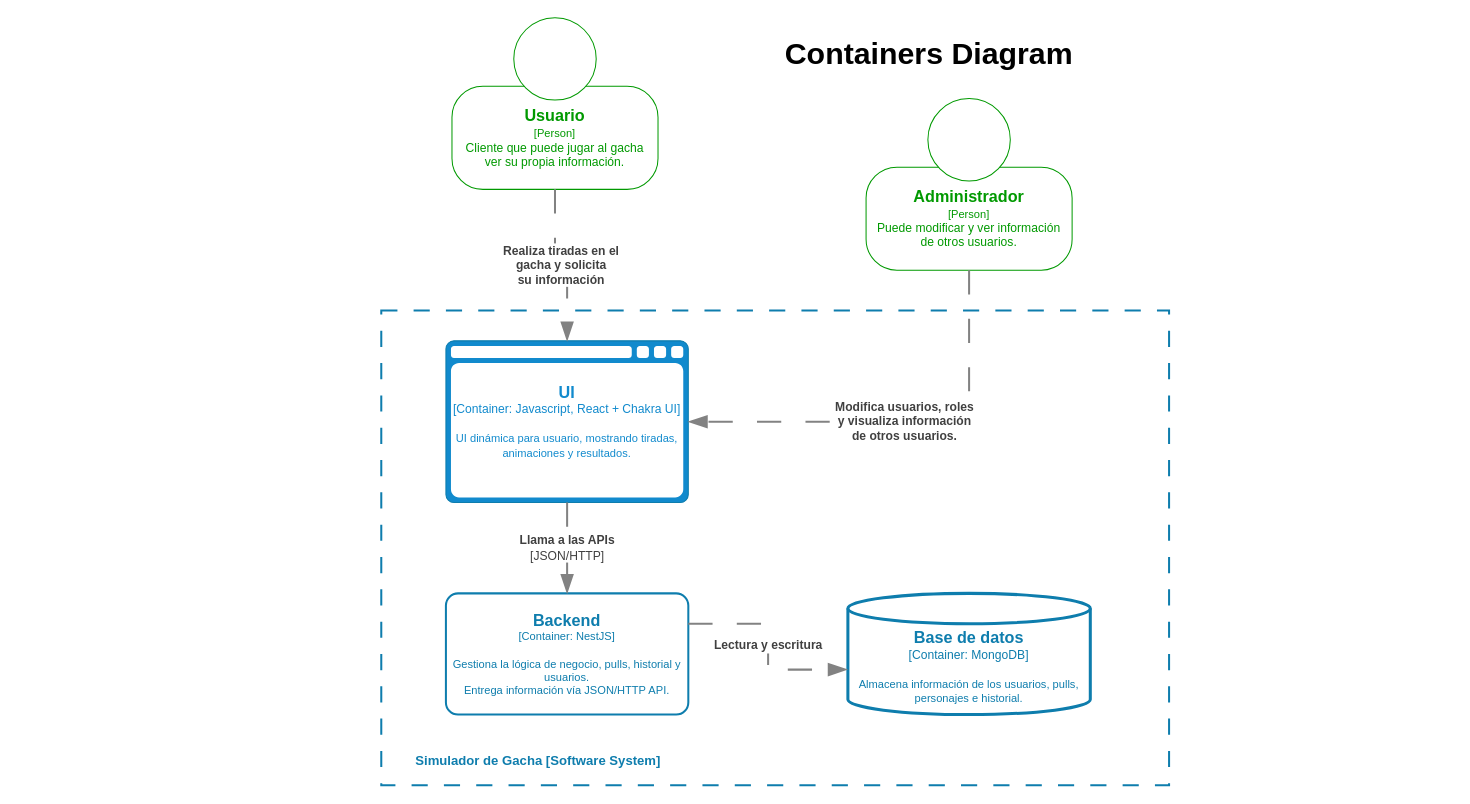
This is docs/C4 Containers.drawio from nicolasnna/gacha-simulator, a draw.io file, before an edit. Source tidied: cells renumbered, new cells numbered last; positions are measured from the earlier drawing's top-left corner, leaving out a move shared by most shapes. Both pictures are drawn from the tidied source at 101%, with x=0, y=0 at pixel (381, 17).
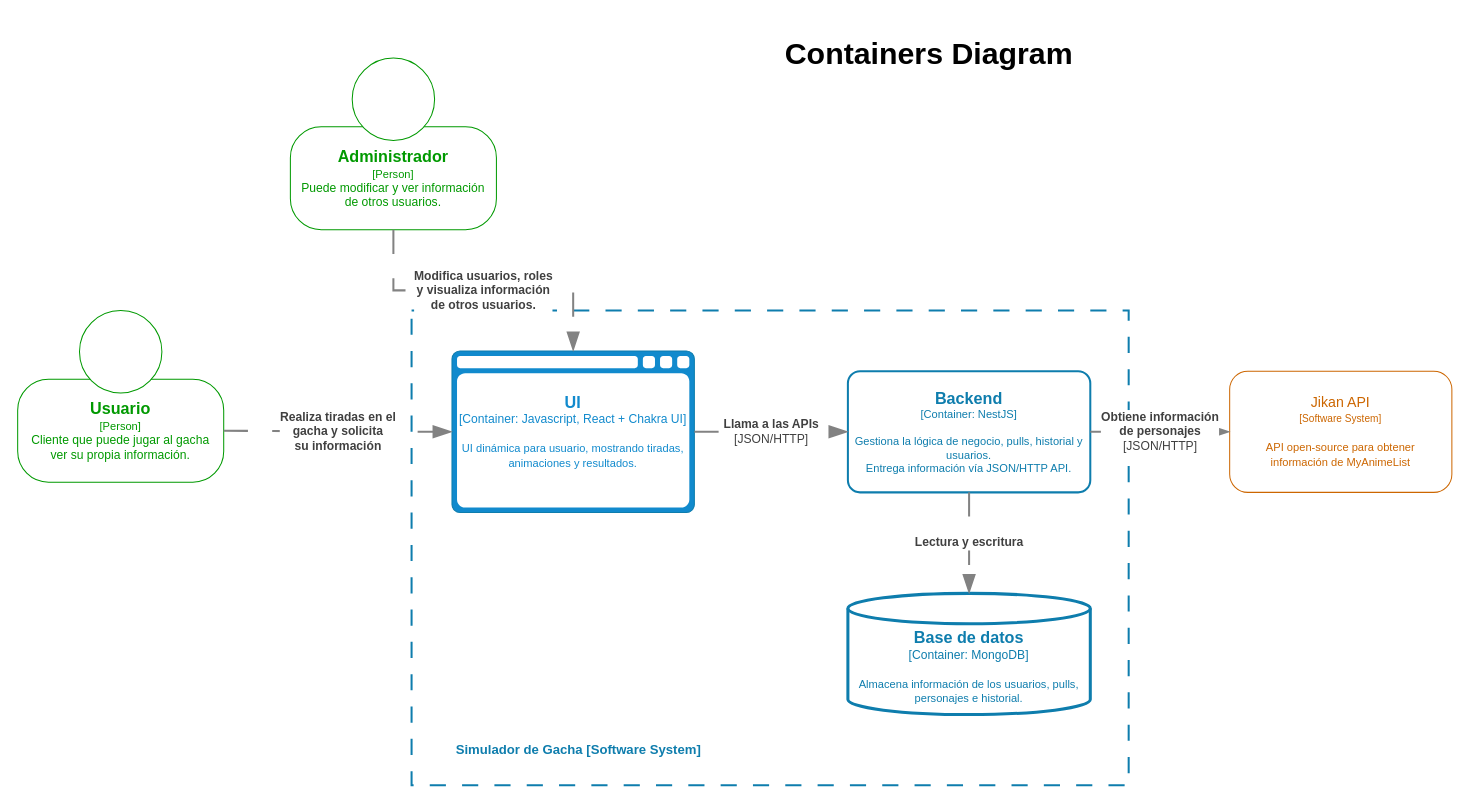
The same diagram, later.

Commit message (it also covers changes not shown here):
feat: :sparkles: Update docs. front: added toaster on api roles.

Unchanged cells that the change refers to:
```xml
<mxCell id="5" value="&lt;font style=&quot;&quot;&gt;&lt;font style=&quot;font-size: 16px;&quot;&gt;&lt;b style=&quot;&quot;&gt;Usuario&lt;/b&gt;&lt;/font&gt;&lt;br&gt;&lt;font style=&quot;font-size: 11px;&quot;&gt;[Person]&lt;/font&gt;&lt;/font&gt;&lt;div&gt;&lt;font&gt;Cliente que puede jugar al gacha ver su propia información.&lt;/font&gt;&lt;/div&gt;" style="rounded=1;whiteSpace=wrap;html=1;arcSize=30;strokeColor=#009900;fontColor=#009900;spacingLeft=10;spacingRight=10;spacing=2;" parent="4" vertex="1">
  <mxGeometry y="68" width="204" height="102" as="geometry" />
</mxCell>
<object id="11" label="&lt;font style=&quot;font-size: 16px&quot;&gt;&lt;b&gt;%c4Name%&lt;/b&gt;&lt;/font&gt;&lt;div&gt;[%c4Type%:&amp;nbsp;%c4Technology%]&lt;/div&gt;&lt;br&gt;&lt;div&gt;&lt;font style=&quot;font-size: 11px&quot;&gt;&lt;font&gt;%c4Description%&lt;/font&gt;&lt;/font&gt;&lt;/div&gt;" c4Description="Almacena información de los usuarios, pulls, personajes e historial." c4Name="Base de datos" c4Technology="MongoDB" c4Type="Container" placeholders="1">
  <mxCell style="shape=cylinder3;size=15;whiteSpace=wrap;html=1;boundedLbl=1;rounded=0;labelBackgroundColor=none;fillColor=none;fontSize=12;fontColor=#0E7DAD;align=center;strokeColor=#0E7DAD;points=[[0.5,0,0],[1,0.25,0],[1,0.5,0],[1,0.75,0],[0.5,1,0],[0,0.75,0],[0,0.5,0],[0,0.25,0]];strokeWidth=3;" parent="1" vertex="1">
    <mxGeometry x="462" y="570" width="240" height="120" as="geometry" />
  </mxCell>
</object>
<mxCell id="14" value="&lt;font style=&quot;&quot;&gt;&lt;font style=&quot;font-size: 16px;&quot;&gt;&lt;b style=&quot;&quot;&gt;Administrador&lt;/b&gt;&lt;/font&gt;&lt;br&gt;&lt;font style=&quot;font-size: 11px;&quot;&gt;[Person]&lt;/font&gt;&lt;/font&gt;&lt;div&gt;&lt;font&gt;Puede modificar y ver información de otros usuarios.&lt;/font&gt;&lt;/div&gt;" style="rounded=1;whiteSpace=wrap;html=1;arcSize=30;strokeColor=#009900;fontColor=#009900;spacingLeft=10;spacingRight=10;spacing=2;" parent="13" vertex="1">
  <mxGeometry y="68" width="204" height="102" as="geometry" />
</mxCell>
```

The edit, as a diff of the source:
```diff
@@
     <mxCell id="2" style="rounded=0;whiteSpace=wrap;html=1;fillColor=none;dashed=1;dashPattern=8 8;strokeWidth=2;strokeColor=#0E7DAD;" parent="1" vertex="1">
-      <mxGeometry y="290" width="780" height="470" as="geometry" />
+      <mxGeometry x="30" y="290" width="710" height="470" as="geometry" />
     </mxCell>
@@
     <mxCell id="4" style="group;spacingLeft=10;spacingRight=10;" parent="1" vertex="1">
-      <mxGeometry x="70" width="204" height="170" as="geometry" />
+      <mxGeometry x="-360" y="290" width="204" height="170" as="geometry" />
     </mxCell>
@@
     <object id="7" label="&lt;font style=&quot;font-size: 16px&quot;&gt;&lt;b&gt;%c4Name%&lt;/b&gt;&lt;/font&gt;&lt;div&gt;[%c4Type%:&amp;nbsp;%c4Technology%]&lt;/div&gt;&lt;br&gt;&lt;div&gt;&lt;font style=&quot;font-size: 11px&quot;&gt;&lt;font&gt;%c4Description%&lt;/font&gt;&lt;/font&gt;&lt;/div&gt;" c4Description="UI dinámica para usuario, mostrando tiradas, animaciones y resultados." c4Name="UI" c4Technology="Javascript, React + Chakra UI" c4Type="Container" placeholders="1">
       <mxCell style="shape=mxgraph.c4.webBrowserContainer2;whiteSpace=wrap;html=1;boundedLbl=1;rounded=0;labelBackgroundColor=none;strokeColor=#118ACD;fillColor=none;strokeColor=#118ACD;strokeColor2=#0E7DAD;fontSize=12;fontColor=#118ACD;align=center;points=[[0.5,0,0],[1,0.25,0],[1,0.5,0],[1,0.75,0],[0.5,1,0],[0,0.75,0],[0,0.5,0],[0,0.25,0]];" parent="1" vertex="1">
-        <mxGeometry x="64" y="320" width="240" height="160" as="geometry" />
+        <mxGeometry x="70" y="330" width="240" height="160" as="geometry" />
       </mxCell>
     </object>
     <object id="8" label="&lt;div style=&quot;text-align: left&quot;&gt;&lt;div style=&quot;text-align: center&quot;&gt;&lt;b&gt;%c4Description%&lt;/b&gt;&lt;/div&gt;&lt;/div&gt;" c4Description="Realiza tiradas en el&#10; gacha y solicita &#10;su información" placeholders="1">
-      <mxCell style="endArrow=blockThin;html=1;fontSize=12;fontColor=#404040;strokeWidth=2;endFill=1;strokeColor=#828282;elbow=vertical;endSize=14;startSize=14;jumpStyle=arc;jumpSize=16;rounded=0;edgeStyle=orthogonalEdgeStyle;exitX=0.5;exitY=1;exitDx=0;exitDy=0;entryX=0.5;entryY=0;entryDx=0;entryDy=0;entryPerimeter=0;dashed=1;dashPattern=12 12;" parent="1" edge="1" source="5" target="7">
+      <mxCell style="endArrow=blockThin;html=1;fontSize=12;fontColor=#404040;strokeWidth=2;endFill=1;strokeColor=#828282;elbow=vertical;endSize=14;startSize=14;jumpStyle=arc;jumpSize=16;rounded=0;edgeStyle=orthogonalEdgeStyle;exitX=1;exitY=0.5;exitDx=0;exitDy=0;dashed=1;dashPattern=12 12;" parent="1" edge="1" source="5" target="7">
         <mxGeometry relative="1" as="geometry" />
       </mxCell>
     </object>
     <object id="9" label="&lt;font style=&quot;font-size: 16px&quot;&gt;&lt;b&gt;%c4Name%&lt;/b&gt;&lt;/font&gt;&lt;div&gt;[%c4Type%: %c4Technology%]&lt;/div&gt;&lt;br&gt;&lt;div&gt;&lt;font style=&quot;font-size: 11px&quot;&gt;&lt;font&gt;%c4Description%&lt;/font&gt;&lt;/font&gt;&lt;/div&gt;" c4Description="Gestiona la lógica de negocio, pulls, historial y usuarios.&#10;Entrega información vía JSON/HTTP API." c4Name="Backend" c4Technology="NestJS" c4Type="Container" placeholders="1">
       <mxCell style="rounded=1;whiteSpace=wrap;html=1;fontSize=11;labelBackgroundColor=none;fillColor=none;fontColor=#0E7DAD;align=center;arcSize=10;strokeColor=#0E7DAD;points=[[0.25,0,0],[0.5,0,0],[0.75,0,0],[1,0.25,0],[1,0.5,0],[1,0.75,0],[0.75,1,0],[0.5,1,0],[0.25,1,0],[0,0.75,0],[0,0.5,0],[0,0.25,0]];strokeWidth=2;" parent="1" vertex="1">
-        <mxGeometry x="64" y="570" width="240" height="120" as="geometry" />
+        <mxGeometry x="462" y="350" width="240" height="120" as="geometry" />
       </mxCell>
     </object>
     <object id="10" label="&lt;div style=&quot;text-align: left&quot;&gt;&lt;div style=&quot;text-align: center&quot;&gt;&lt;b&gt;%c4Description%&lt;/b&gt;&lt;/div&gt;&lt;div style=&quot;text-align: center&quot;&gt;[%c4Technology%]&lt;/div&gt;&lt;/div&gt;" c4Description="Llama a las APIs" c4Technology="JSON/HTTP" placeholders="1">
-      <mxCell style="endArrow=blockThin;html=1;fontSize=12;fontColor=#404040;strokeWidth=2;endFill=1;strokeColor=#828282;elbow=vertical;endSize=14;startSize=14;jumpStyle=arc;jumpSize=16;rounded=0;edgeStyle=orthogonalEdgeStyle;exitX=0.5;exitY=1;exitDx=0;exitDy=0;exitPerimeter=0;entryX=0.5;entryY=0;entryDx=0;entryDy=0;entryPerimeter=0;dashed=1;dashPattern=12 12;" parent="1" edge="1" source="7" target="9">
+      <mxCell style="endArrow=blockThin;html=1;fontSize=12;fontColor=#404040;strokeWidth=2;endFill=1;strokeColor=#828282;elbow=vertical;endSize=14;startSize=14;jumpStyle=arc;jumpSize=16;rounded=0;edgeStyle=orthogonalEdgeStyle;exitX=1;exitY=0.5;exitDx=0;exitDy=0;exitPerimeter=0;dashed=1;dashPattern=12 12;" parent="1" edge="1" source="7" target="9">
         <mxGeometry relative="1" as="geometry" />
       </mxCell>
     </object>
@@
     <object id="12" label="&lt;div style=&quot;text-align: left&quot;&gt;&lt;div style=&quot;text-align: center&quot;&gt;&lt;b&gt;%c4Description%&lt;/b&gt;&lt;/div&gt;&lt;/div&gt;" c4Description="Lectura y escritura" placeholders="1">
-      <mxCell style="endArrow=blockThin;html=1;fontSize=12;fontColor=#404040;strokeWidth=2;endFill=1;strokeColor=#828282;elbow=vertical;endSize=14;startSize=14;jumpStyle=arc;jumpSize=16;rounded=0;edgeStyle=orthogonalEdgeStyle;exitX=1;exitY=0.25;exitDx=0;exitDy=0;exitPerimeter=0;entryX=-0.003;entryY=0.629;entryDx=0;entryDy=0;entryPerimeter=0;dashed=1;dashPattern=12 12;" parent="1" edge="1" source="9" target="11">
+      <mxCell style="endArrow=blockThin;html=1;fontSize=12;fontColor=#404040;strokeWidth=2;endFill=1;strokeColor=#828282;elbow=vertical;endSize=14;startSize=14;jumpStyle=arc;jumpSize=16;rounded=0;edgeStyle=orthogonalEdgeStyle;exitX=0.5;exitY=1;exitDx=0;exitDy=0;exitPerimeter=0;entryX=0.5;entryY=0;entryDx=0;entryDy=0;entryPerimeter=0;dashed=1;dashPattern=12 12;" parent="1" edge="1" source="9" target="11">
         <mxGeometry relative="1" as="geometry" />
       </mxCell>
     </object>
     <mxCell id="13" style="group;spacingLeft=10;spacingRight=10;" parent="1" vertex="1">
-      <mxGeometry x="480" y="80" width="204" height="170" as="geometry" />
+      <mxGeometry x="-90" y="40" width="204" height="170" as="geometry" />
     </mxCell>
@@
     <object id="16" label="&lt;div style=&quot;text-align: left&quot;&gt;&lt;div style=&quot;text-align: center&quot;&gt;&lt;b&gt;%c4Description%&lt;/b&gt;&lt;/div&gt;&lt;/div&gt;" c4Description="Modifica usuarios, roles &#10;y visualiza información &#10;de otros usuarios." placeholders="1">
-      <mxCell style="endArrow=blockThin;html=1;fontSize=12;fontColor=#404040;strokeWidth=2;endFill=1;strokeColor=#828282;elbow=vertical;endSize=14;startSize=14;jumpStyle=arc;jumpSize=16;rounded=0;edgeStyle=orthogonalEdgeStyle;exitX=0.5;exitY=1;exitDx=0;exitDy=0;entryX=1;entryY=0.5;entryDx=0;entryDy=0;entryPerimeter=0;dashed=1;dashPattern=12 12;" parent="1" edge="1" source="14" target="7">
+      <mxCell style="endArrow=blockThin;html=1;fontSize=12;fontColor=#404040;strokeWidth=2;endFill=1;strokeColor=#828282;elbow=vertical;endSize=14;startSize=14;jumpStyle=arc;jumpSize=16;rounded=0;edgeStyle=orthogonalEdgeStyle;exitX=0.5;exitY=1;exitDx=0;exitDy=0;dashed=1;dashPattern=12 12;" parent="1" edge="1" source="14" target="7">
         <mxGeometry relative="1" as="geometry" />
       </mxCell>
     </object>
     <mxCell id="17" value="Simulador de Gacha [Software System]" style="text;html=1;align=center;verticalAlign=middle;strokeColor=none;fillColor=none;fontColor=#0E7DAD;fontStyle=1;fontSize=13;" parent="1" vertex="1">
-      <mxGeometry x="30" y="720" width="250" height="30" as="geometry" />
+      <mxGeometry x="70" y="710" width="250" height="30" as="geometry" />
     </mxCell>
+    <mxCell id="18" value="&lt;div&gt;&lt;font style=&quot;font-size: 14px;&quot;&gt;Jikan API&lt;/font&gt;&lt;/div&gt;&lt;div&gt;&lt;font style=&quot;font-size: 10px;&quot;&gt;[Software System]&lt;/font&gt;&lt;/div&gt;&lt;div&gt;&lt;font style=&quot;font-size: 10px;&quot;&gt;&lt;br&gt;&lt;/font&gt;&lt;/div&gt;&lt;div&gt;&lt;font style=&quot;font-size: 11px;&quot;&gt;API open-source para obtener información de MyAnimeList&lt;/font&gt;&lt;/div&gt;" style="rounded=1;whiteSpace=wrap;html=1;strokeColor=#CC6600;fontColor=#CC6600;fontSize=12;spacingLeft=10;spacingRight=10;" parent="1" vertex="1">
+      <mxGeometry x="840" y="350" width="220" height="120" as="geometry" />
+    </mxCell>
+    <object id="19" label="&lt;div style=&quot;text-align: left&quot;&gt;&lt;div style=&quot;text-align: center&quot;&gt;&lt;b&gt;%c4Description%&lt;/b&gt;&lt;/div&gt;&lt;div style=&quot;text-align: center&quot;&gt;[%c4Technology%]&lt;/div&gt;&lt;/div&gt;" c4Description="Obtiene información &#10;de personajes" c4Technology="JSON/HTTP" placeholders="1">
+      <mxCell style="endArrow=blockThin;html=1;fontSize=12;fontColor=#404040;strokeWidth=2;endFill=1;strokeColor=#828282;elbow=vertical;endSize=14;startSize=14;jumpStyle=arc;jumpSize=16;rounded=0;edgeStyle=orthogonalEdgeStyle;exitX=1;exitY=0.5;exitDx=0;exitDy=0;entryX=0;entryY=0.5;entryDx=0;entryDy=0;exitPerimeter=0;" parent="1" edge="1" source="9" target="18">
+        <mxGeometry relative="1" as="geometry" />
+      </mxCell>
+    </object>
```
